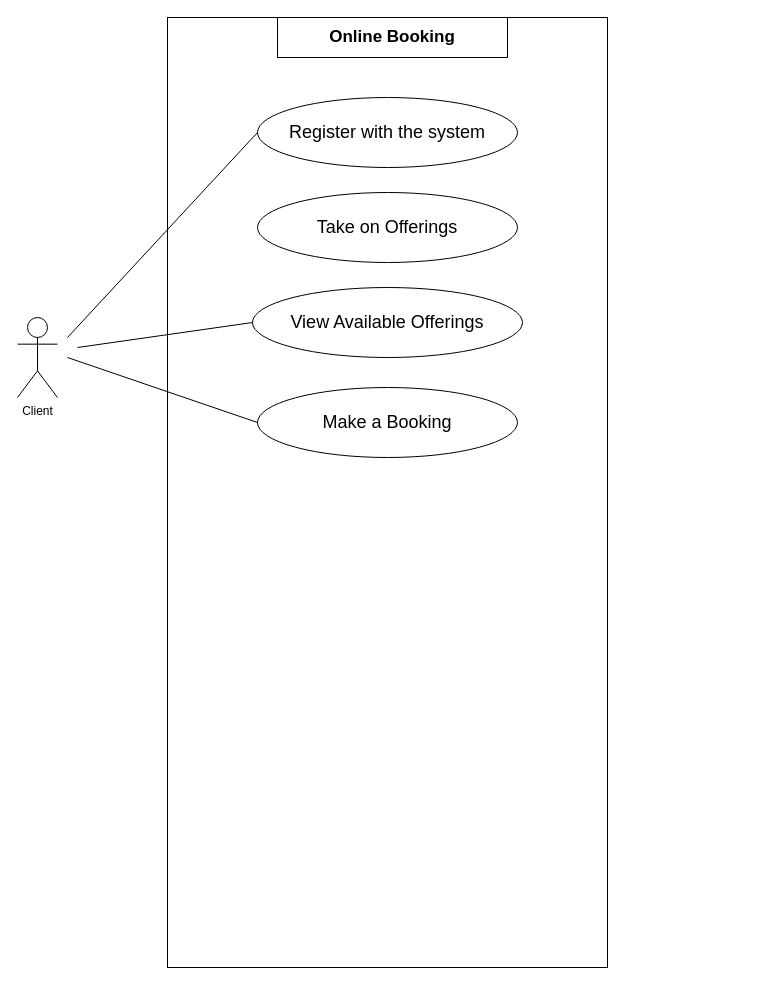
Above: UMLusecase.drawio in nikiada/SOEN342Project (draw.io), before the change. Source tidied: cells renumbered, new cells numbered last; positions are measured from the earlier drawing's top-left corner, leaving out a move shared by most shapes. Both pictures are drawn from the tidied source at 100%, with x=0, y=0 at pixel (17, 17).
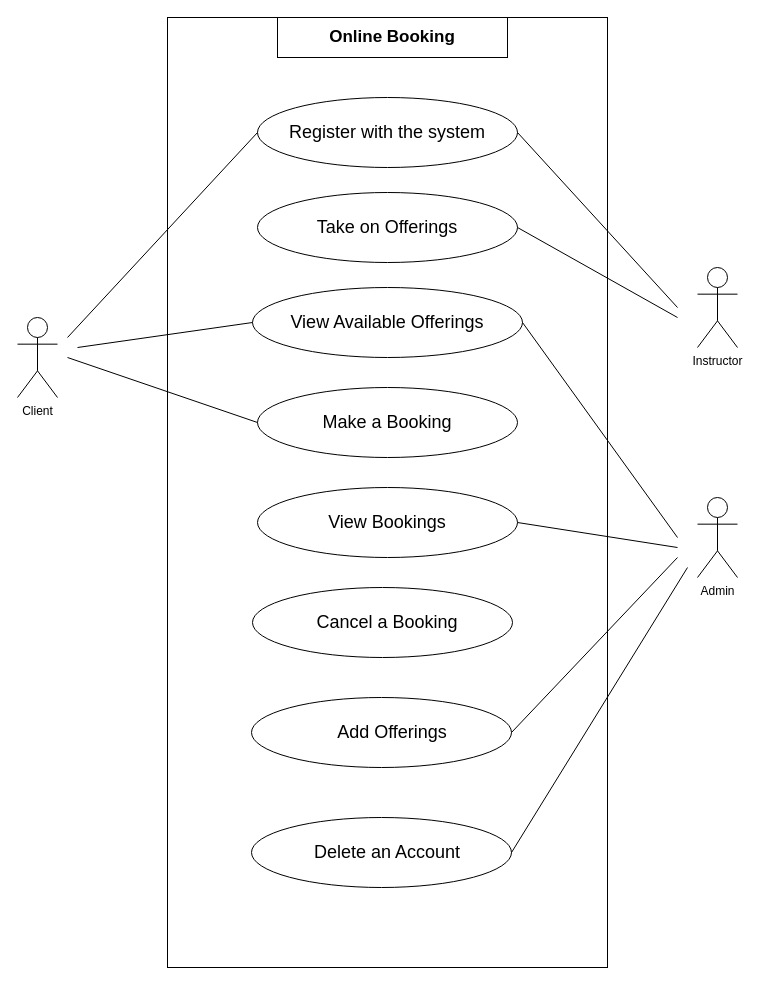
The same page after the edit.

Unchanged cells that the change refers to:
```xml
<mxCell id="4" style="ellipse;whiteSpace=wrap;html=1;" parent="1" vertex="1">
  <mxGeometry x="240" y="80" width="260" height="70" as="geometry" />
</mxCell>
<mxCell id="6" style="ellipse;whiteSpace=wrap;html=1;" parent="1" vertex="1">
  <mxGeometry x="240" y="175" width="260" height="70" as="geometry" />
</mxCell>
<mxCell id="8" style="ellipse;whiteSpace=wrap;html=1;" parent="1" vertex="1">
  <mxGeometry x="235" y="270" width="270" height="70" as="geometry" />
</mxCell>
```

Change to the diagram source:
```diff
@@
+    <mxCell id="17" style="ellipse;whiteSpace=wrap;html=1;" parent="1" vertex="1">
+      <mxGeometry x="240" y="470" width="260" height="70" as="geometry" />
+    </mxCell>
+    <mxCell id="18" style="ellipse;whiteSpace=wrap;html=1;" parent="1" vertex="1">
+      <mxGeometry x="235" y="570" width="260" height="70" as="geometry" />
+    </mxCell>
+    <mxCell id="19" style="ellipse;whiteSpace=wrap;html=1;" parent="1" vertex="1">
+      <mxGeometry x="234" y="680" width="260" height="70" as="geometry" />
+    </mxCell>
+    <mxCell id="20" style="ellipse;whiteSpace=wrap;html=1;" parent="1" vertex="1">
+      <mxGeometry x="234" y="800" width="260" height="70" as="geometry" />
+    </mxCell>
+    <mxCell id="21" value="&lt;span style=&quot;font-size: 18px;&quot;&gt;View Bookings&lt;/span&gt;" style="text;html=1;align=center;verticalAlign=middle;whiteSpace=wrap;rounded=0;" parent="1" vertex="1">
+      <mxGeometry x="295" y="490" width="150" height="30" as="geometry" />
+    </mxCell>
+    <mxCell id="22" value="&lt;font style=&quot;font-size: 18px;&quot;&gt;Cancel a Booking&lt;/font&gt;" style="text;html=1;align=center;verticalAlign=middle;whiteSpace=wrap;rounded=0;" parent="1" vertex="1">
+      <mxGeometry x="295" y="590" width="150" height="30" as="geometry" />
+    </mxCell>
+    <mxCell id="23" value="&lt;font style=&quot;font-size: 18px;&quot;&gt;Add Offerings&lt;/font&gt;" style="text;html=1;align=center;verticalAlign=middle;whiteSpace=wrap;rounded=0;" parent="1" vertex="1">
+      <mxGeometry x="300" y="700" width="150" height="30" as="geometry" />
+    </mxCell>
+    <mxCell id="24" value="&lt;font style=&quot;font-size: 18px;&quot;&gt;Delete an Account&lt;/font&gt;" style="text;html=1;align=center;verticalAlign=middle;whiteSpace=wrap;rounded=0;" parent="1" vertex="1">
+      <mxGeometry x="295" y="820" width="150" height="30" as="geometry" />
+    </mxCell>
+    <mxCell id="25" value="Instructor" style="shape=umlActor;verticalLabelPosition=bottom;verticalAlign=top;html=1;" parent="1" vertex="1">
+      <mxGeometry x="680" y="250" width="40" height="80" as="geometry" />
+    </mxCell>
+    <mxCell id="26" value="Admin" style="shape=umlActor;verticalLabelPosition=bottom;verticalAlign=top;html=1;" parent="1" vertex="1">
+      <mxGeometry x="680" y="480" width="40" height="80" as="geometry" />
+    </mxCell>
+    <mxCell id="27" style="endArrow=none;html=1;rounded=0;exitX=1;exitY=0.5;exitDx=0;exitDy=0;" parent="1" edge="1" source="4">
+      <mxGeometry relative="1" as="geometry">
+        <mxPoint x="660" y="290" as="targetPoint" />
+      </mxGeometry>
+    </mxCell>
+    <mxCell id="28" style="endArrow=none;html=1;rounded=0;exitX=1;exitY=0.5;exitDx=0;exitDy=0;" parent="1" edge="1" source="6">
+      <mxGeometry relative="1" as="geometry">
+        <mxPoint x="660" y="300" as="targetPoint" />
+      </mxGeometry>
+    </mxCell>
+    <mxCell id="29" style="endArrow=none;html=1;rounded=0;exitX=1;exitY=0.5;exitDx=0;exitDy=0;" parent="1" edge="1" source="8">
+      <mxGeometry relative="1" as="geometry">
+        <mxPoint x="660" y="520" as="targetPoint" />
+      </mxGeometry>
+    </mxCell>
+    <mxCell id="30" style="endArrow=none;html=1;rounded=0;exitX=1;exitY=0.5;exitDx=0;exitDy=0;" parent="1" edge="1" source="17">
+      <mxGeometry relative="1" as="geometry">
+        <mxPoint x="660" y="530" as="targetPoint" />
+      </mxGeometry>
+    </mxCell>
+    <mxCell id="31" style="endArrow=none;html=1;rounded=0;exitX=1;exitY=0.5;exitDx=0;exitDy=0;" parent="1" edge="1" source="19">
+      <mxGeometry relative="1" as="geometry">
+        <mxPoint x="660" y="540" as="targetPoint" />
+      </mxGeometry>
+    </mxCell>
+    <mxCell id="32" style="endArrow=none;html=1;rounded=0;exitX=1;exitY=0.5;exitDx=0;exitDy=0;" parent="1" edge="1" source="20">
+      <mxGeometry relative="1" as="geometry">
+        <mxPoint x="670" y="550" as="targetPoint" />
+      </mxGeometry>
+    </mxCell>
```
